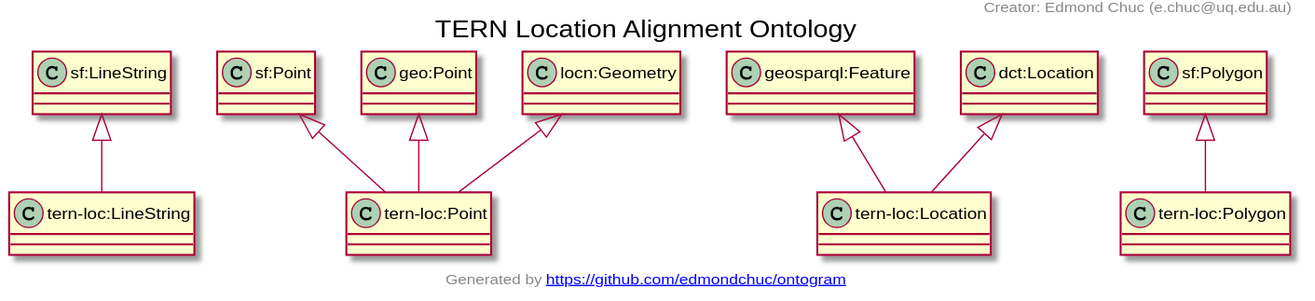
Before: docs/tern-loc.ttl.txt.svg, a diagram exported from PlantUML (ternaustralia/ontology_tern-loc).
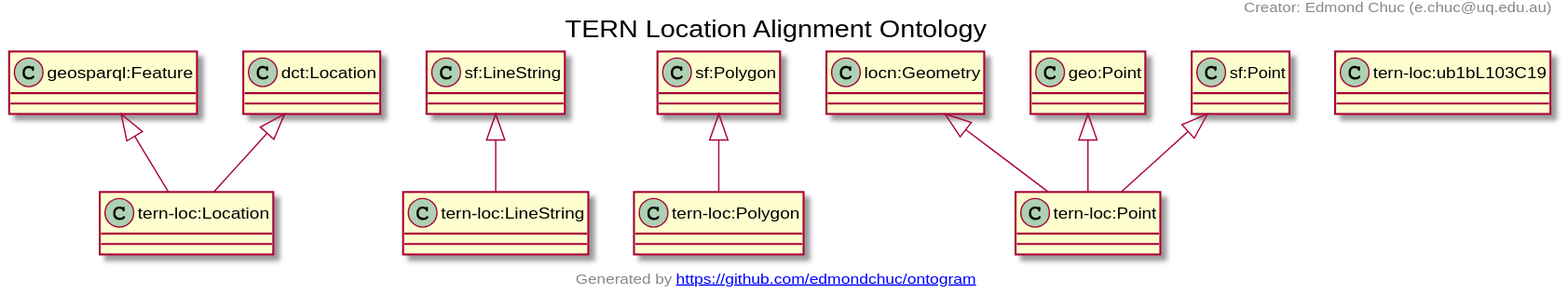
After the change.

What changed in the source:
```diff
@@ -1,19 +1,21 @@
 @startuml
 title TERN Location Alignment Ontology
-"sf:LineString" <|-- "tern-loc:LineString"
-"sf:Point" <|-- "tern-loc:Point"
-"geo:Point" <|-- "tern-loc:Point"
-"locn:Geometry" <|-- "tern-loc:Point"
 "geosparql:Feature" <|-- "tern-loc:Location"
 "dct:Location" <|-- "tern-loc:Location"
+"sf:LineString" <|-- "tern-loc:LineString"
 "sf:Polygon" <|-- "tern-loc:Polygon"
+"locn:Geometry" <|-- "tern-loc:Point"
+"geo:Point" <|-- "tern-loc:Point"
+"sf:Point" <|-- "tern-loc:Point"
+Class "tern-loc:Location" [[https://w3id.org/tern/ontologies/loc/Location]] {
+}
 Class "tern-loc:LineString" [[https://w3id.org/tern/ontologies/loc/LineString]] {
+}
+Class "tern-loc:Polygon" [[https://w3id.org/tern/ontologies/loc/Polygon]] {
 }
 Class "tern-loc:Point" [[https://w3id.org/tern/ontologies/loc/Point]] {
 }
-Class "tern-loc:Location" [[https://w3id.org/tern/ontologies/loc/Location]] {
-}
-Class "tern-loc:Polygon" [[https://w3id.org/tern/ontologies/loc/Polygon]] {
+Class "tern-loc:ub1bL103C19" [[ub1bL103C19]] {
 }
 header
 Creator: Edmond Chuc (e.chuc@uq.edu.au)
```
